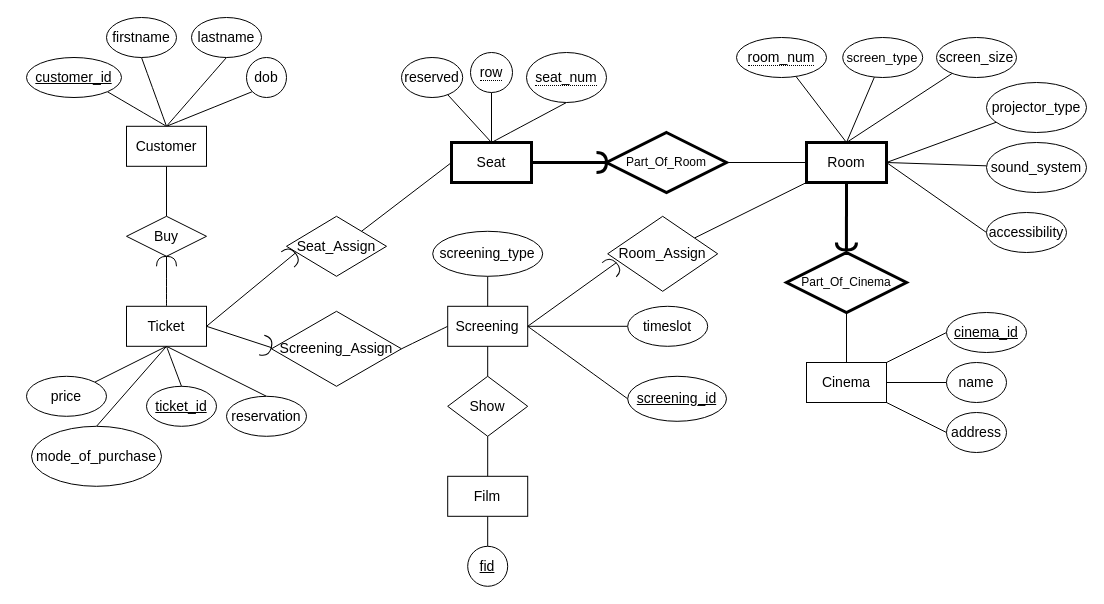
Before: Assignment 1/ER Diagram.drawio in nguyen-gia-hien-tu/CS3DB3, a draw.io diagram. Source tidied: cells renumbered, new cells numbered last; positions are measured from the earlier drawing's top-left corner, leaving out a move shared by most shapes. Both pictures are drawn from the tidied source at 100%, with x=0, y=0 at pixel (26, 17).
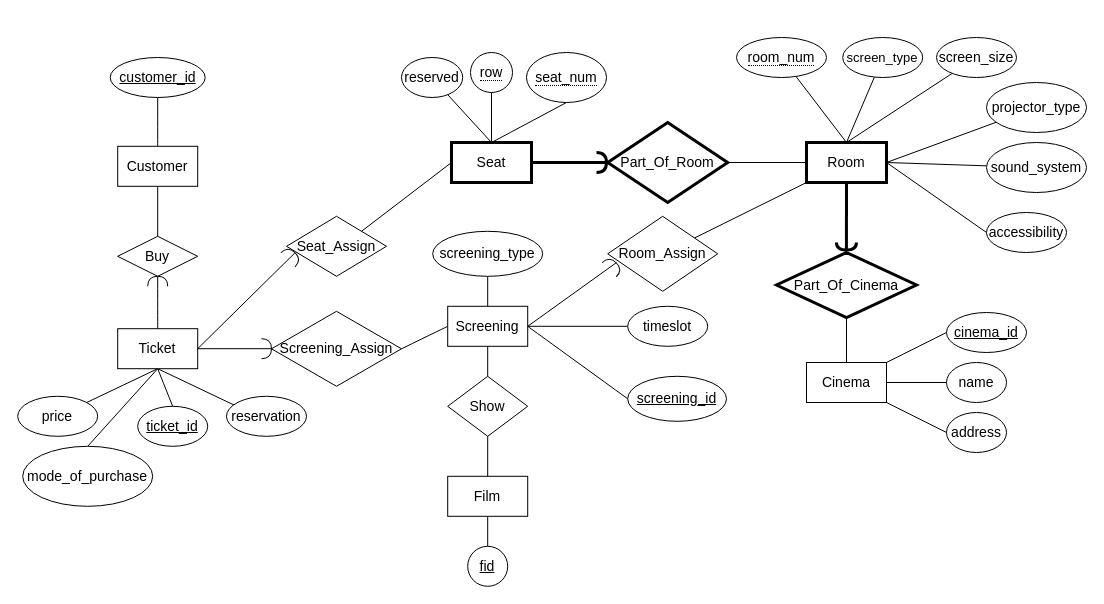
After the change.

The change refers to these unchanged cells:
```xml
<mxCell id="58" value="reservation" style="ellipse;whiteSpace=wrap;html=1;align=center;fontSize=14;strokeWidth=1;" parent="1" vertex="1">
  <mxGeometry x="200" y="378.8" width="80" height="40" as="geometry" />
</mxCell>
<mxCell id="73" value="Screening_Assign" style="shape=rhombus;perimeter=rhombusPerimeter;whiteSpace=wrap;html=1;align=center;fontSize=14;strokeWidth=1;" parent="1" vertex="1">
  <mxGeometry x="245" y="293.8" width="130" height="75" as="geometry" />
</mxCell>
```

Diff of the diagram source:
```diff
@@
-    <mxCell id="8" value="Part_Of_Cinema" style="shape=rhombus;perimeter=rhombusPerimeter;whiteSpace=wrap;html=1;align=center;strokeWidth=3;" parent="1" vertex="1">
-      <mxGeometry x="760" y="235" width="120" height="60" as="geometry" />
+    <mxCell id="8" value="Part_Of_Cinema" style="shape=rhombus;perimeter=rhombusPerimeter;whiteSpace=wrap;html=1;align=center;strokeWidth=3;fontSize=14;" parent="1" vertex="1">
+      <mxGeometry x="750" y="235" width="140" height="65" as="geometry" />
     </mxCell>
@@
-    <mxCell id="26" value="Part_Of_Room" style="shape=rhombus;perimeter=rhombusPerimeter;whiteSpace=wrap;html=1;align=center;strokeWidth=3;" parent="1" vertex="1">
-      <mxGeometry x="580" y="115" width="120" height="60" as="geometry" />
+    <mxCell id="26" value="Part_Of_Room" style="shape=rhombus;perimeter=rhombusPerimeter;whiteSpace=wrap;html=1;align=center;strokeWidth=3;fontSize=14;" parent="1" vertex="1">
+      <mxGeometry x="581.2" y="105" width="120" height="80" as="geometry" />
     </mxCell>
@@
-    <mxCell id="53" style="edgeStyle=none;rounded=0;jettySize=auto;html=1;entryX=0.5;entryY=0;entryDx=0;entryDy=0;fontSize=14;endArrow=none;strokeWidth=1;exitX=0.5;exitY=1;exitDx=0;exitDy=0;" parent="1" edge="1" source="55" target="58">
-      <mxGeometry relative="1" as="geometry" />
+    <mxCell id="53" style="edgeStyle=none;rounded=0;jettySize=auto;html=1;entryX=0.5;entryY=0;entryDx=0;entryDy=0;fontSize=14;endArrow=none;strokeWidth=1;exitX=0.5;exitY=1;exitDx=0;exitDy=0;" parent="1" edge="1" source="55">
+      <mxGeometry relative="1" as="geometry">
+        <mxPoint x="231.2" y="398.8" as="targetPoint" />
+      </mxGeometry>
     </mxCell>
@@
     <mxCell id="55" value="Ticket" style="whiteSpace=wrap;html=1;align=center;fontSize=14;strokeWidth=1;" parent="1" vertex="1">
-      <mxGeometry x="100" y="288.8" width="80" height="40" as="geometry" />
+      <mxGeometry x="91.2" y="311.2" width="80" height="40" as="geometry" />
     </mxCell>
     <mxCell id="56" value="mode_of_purchase" style="ellipse;whiteSpace=wrap;html=1;align=center;fontSize=14;strokeWidth=1;" parent="1" vertex="1">
-      <mxGeometry x="5" y="408.8" width="130" height="60" as="geometry" />
+      <mxGeometry x="-3.8" y="428.8" width="130" height="60" as="geometry" />
     </mxCell>
     <mxCell id="57" value="price" style="ellipse;whiteSpace=wrap;html=1;align=center;fontSize=14;strokeWidth=1;" parent="1" vertex="1">
-      <mxGeometry y="358.8" width="80" height="40" as="geometry" />
+      <mxGeometry x="-8.8" y="378.8" width="80" height="40" as="geometry" />
     </mxCell>
@@
     <mxCell id="60" value="Buy" style="shape=rhombus;perimeter=rhombusPerimeter;whiteSpace=wrap;html=1;align=center;fontSize=14;strokeWidth=1;" parent="1" vertex="1">
-      <mxGeometry x="100" y="198.8" width="80" height="40" as="geometry" />
+      <mxGeometry x="91.2" y="218.8" width="80" height="40" as="geometry" />
     </mxCell>
-    <mxCell id="61" style="edgeStyle=none;curved=1;rounded=0;jettySize=auto;html=1;entryX=1;entryY=1;entryDx=0;entryDy=0;endArrow=none;endFill=0;startSize=14;endSize=14;sourcePerimeterSpacing=8;targetPerimeterSpacing=8;exitX=0.5;exitY=0;exitDx=0;exitDy=0;" parent="1" edge="1" source="65" target="80">
+    <mxCell id="61" style="edgeStyle=none;curved=1;rounded=0;jettySize=auto;html=1;entryX=0.5;entryY=1;entryDx=0;entryDy=0;endArrow=none;endFill=0;startSize=14;endSize=14;sourcePerimeterSpacing=8;targetPerimeterSpacing=8;exitX=0.5;exitY=0;exitDx=0;exitDy=0;" parent="1" edge="1" source="65" target="80">
       <mxGeometry relative="1" as="geometry" />
     </mxCell>
-    <mxCell id="62" style="edgeStyle=none;curved=1;rounded=0;jettySize=auto;html=1;entryX=0.5;entryY=1;entryDx=0;entryDy=0;endArrow=none;endFill=0;startSize=14;endSize=14;sourcePerimeterSpacing=8;targetPerimeterSpacing=8;exitX=0.5;exitY=0;exitDx=0;exitDy=0;" parent="1" edge="1" source="65" target="81">
-      <mxGeometry relative="1" as="geometry" />
-    </mxCell>
-    <mxCell id="63" style="edgeStyle=none;curved=1;rounded=0;jettySize=auto;html=1;entryX=0.5;entryY=1;entryDx=0;entryDy=0;endArrow=none;endFill=0;startSize=14;endSize=14;sourcePerimeterSpacing=8;targetPerimeterSpacing=8;exitX=0.5;exitY=0;exitDx=0;exitDy=0;" parent="1" edge="1" source="65" target="82">
-      <mxGeometry relative="1" as="geometry" />
-    </mxCell>
-    <mxCell id="64" style="edgeStyle=none;curved=1;rounded=0;jettySize=auto;html=1;entryX=0;entryY=1;entryDx=0;entryDy=0;endArrow=none;endFill=0;startSize=14;endSize=14;sourcePerimeterSpacing=8;targetPerimeterSpacing=8;exitX=0.5;exitY=0;exitDx=0;exitDy=0;" parent="1" edge="1" source="65" target="83">
-      <mxGeometry relative="1" as="geometry" />
-    </mxCell>
     <mxCell id="65" value="Customer" style="whiteSpace=wrap;html=1;align=center;fontSize=14;strokeWidth=1;" parent="1" vertex="1">
-      <mxGeometry x="100" y="108.8" width="80" height="40" as="geometry" />
+      <mxGeometry x="91.2" y="128.8" width="80" height="40" as="geometry" />
     </mxCell>
-    <mxCell id="66" style="shape=requiredInterface;html=1;verticalLabelPosition=bottom;fontSize=14;strokeWidth=1;rotation=-40;" parent="1" vertex="1">
+    <mxCell id="66" style="shape=requiredInterface;html=1;verticalLabelPosition=bottom;fontSize=14;strokeWidth=1;rotation=-45;" parent="1" vertex="1">
       <mxGeometry x="260" y="228.8" width="10" height="20" as="geometry" />
     </mxCell>
@@
-    <mxCell id="74" style="endArrow=none;html=1;rounded=0;fontSize=14;strokeWidth=1;exitX=1;exitY=0.5;exitDx=0;exitDy=0;entryX=0;entryY=0.5;entryDx=0;entryDy=0;startArrow=none;" parent="1" edge="1" source="75" target="73">
-      <mxGeometry relative="1" as="geometry" />
-    </mxCell>
-    <mxCell id="75" style="shape=requiredInterface;html=1;verticalLabelPosition=bottom;fontSize=14;strokeWidth=1;rotation=15;" parent="1" vertex="1">
-      <mxGeometry x="235" y="318.8" width="10" height="20" as="geometry" />
+    <mxCell id="75" style="shape=requiredInterface;html=1;verticalLabelPosition=bottom;fontSize=14;strokeWidth=1;rotation=0;" parent="1" vertex="1">
+      <mxGeometry x="235" y="321.2" width="10" height="20" as="geometry" />
     </mxCell>
@@
     <mxCell id="79" style="shape=requiredInterface;html=1;verticalLabelPosition=bottom;fontSize=14;strokeWidth=1;rotation=-90;" parent="1" vertex="1">
-      <mxGeometry x="135" y="233.8" width="10" height="20" as="geometry" />
+      <mxGeometry x="126.2" y="253.8" width="10" height="20" as="geometry" />
     </mxCell>
     <mxCell id="80" value="&lt;font style=&quot;font-size: 14px&quot;&gt;customer_id&lt;/font&gt;" style="ellipse;whiteSpace=wrap;html=1;align=center;fontStyle=4;hachureGap=4;" parent="1" vertex="1">
-      <mxGeometry y="40" width="95" height="40" as="geometry" />
+      <mxGeometry x="83.7" y="40" width="95" height="40" as="geometry" />
     </mxCell>
-    <mxCell id="81" value="&lt;font style=&quot;font-size: 14px&quot;&gt;firstname&lt;/font&gt;" style="ellipse;whiteSpace=wrap;html=1;align=center;hachureGap=4;" parent="1" vertex="1">
-      <mxGeometry x="80" width="70" height="40" as="geometry" />
-    </mxCell>
-    <mxCell id="82" value="&lt;font style=&quot;font-size: 14px&quot;&gt;lastname&lt;/font&gt;" style="ellipse;whiteSpace=wrap;html=1;align=center;hachureGap=4;" parent="1" vertex="1">
-      <mxGeometry x="165" width="70" height="40" as="geometry" />
-    </mxCell>
-    <mxCell id="83" value="&lt;font style=&quot;font-size: 14px&quot;&gt;dob&lt;/font&gt;" style="ellipse;whiteSpace=wrap;html=1;align=center;hachureGap=4;" parent="1" vertex="1">
-      <mxGeometry x="220" y="40" width="40" height="40" as="geometry" />
-    </mxCell>
@@
     <mxCell id="85" value="&lt;font style=&quot;font-size: 14px;&quot;&gt;ticket_id&lt;/font&gt;" style="ellipse;whiteSpace=wrap;html=1;align=center;fontStyle=4;hachureGap=4;fontSize=14;" parent="1" vertex="1">
-      <mxGeometry x="120" y="368.8" width="70" height="40" as="geometry" />
+      <mxGeometry x="111.2" y="388.8" width="70" height="40" as="geometry" />
     </mxCell>
```
